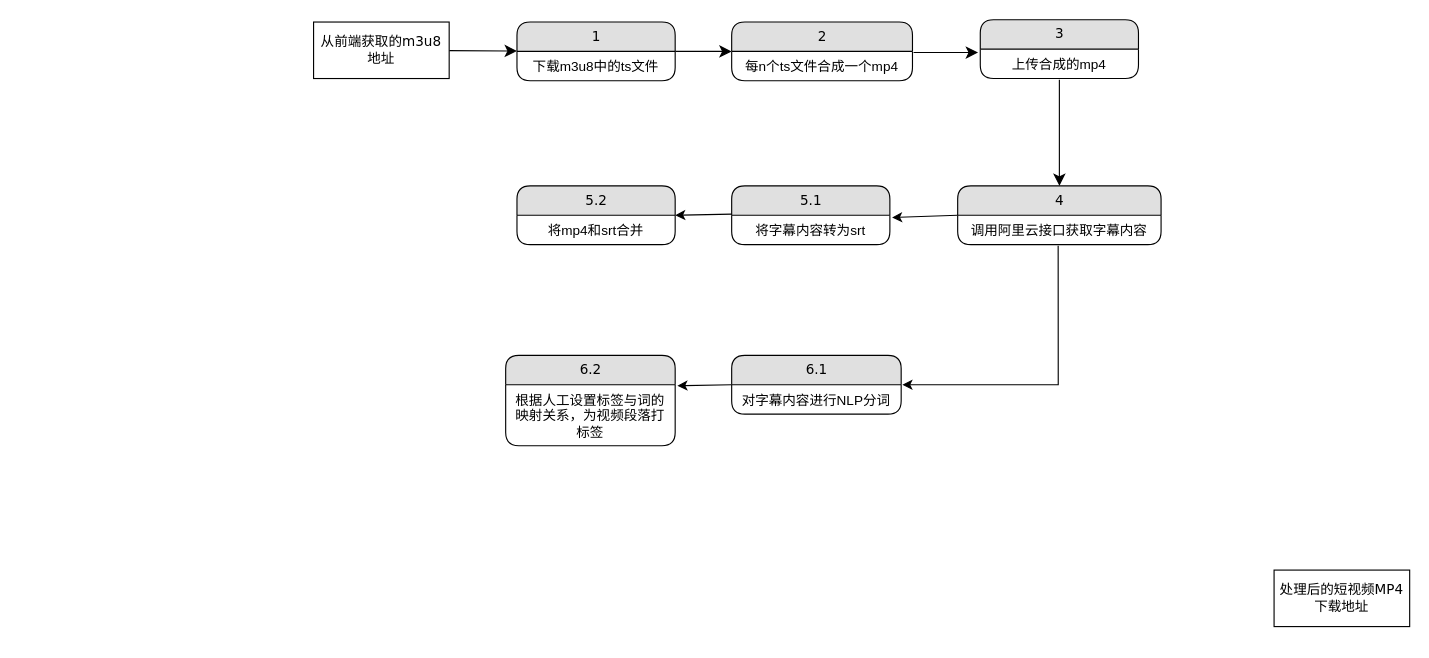
deanzz/blog keeps this draw.io diagram as supersonic.drawio. Above is the earlier version. Source tidied: cells renumbered, new cells numbered last; positions are measured from the earlier drawing's top-left corner, leaving out a move shared by most shapes. Both pictures are drawn from the tidied source at 113%, with x=0, y=0 at pixel (313, 19).
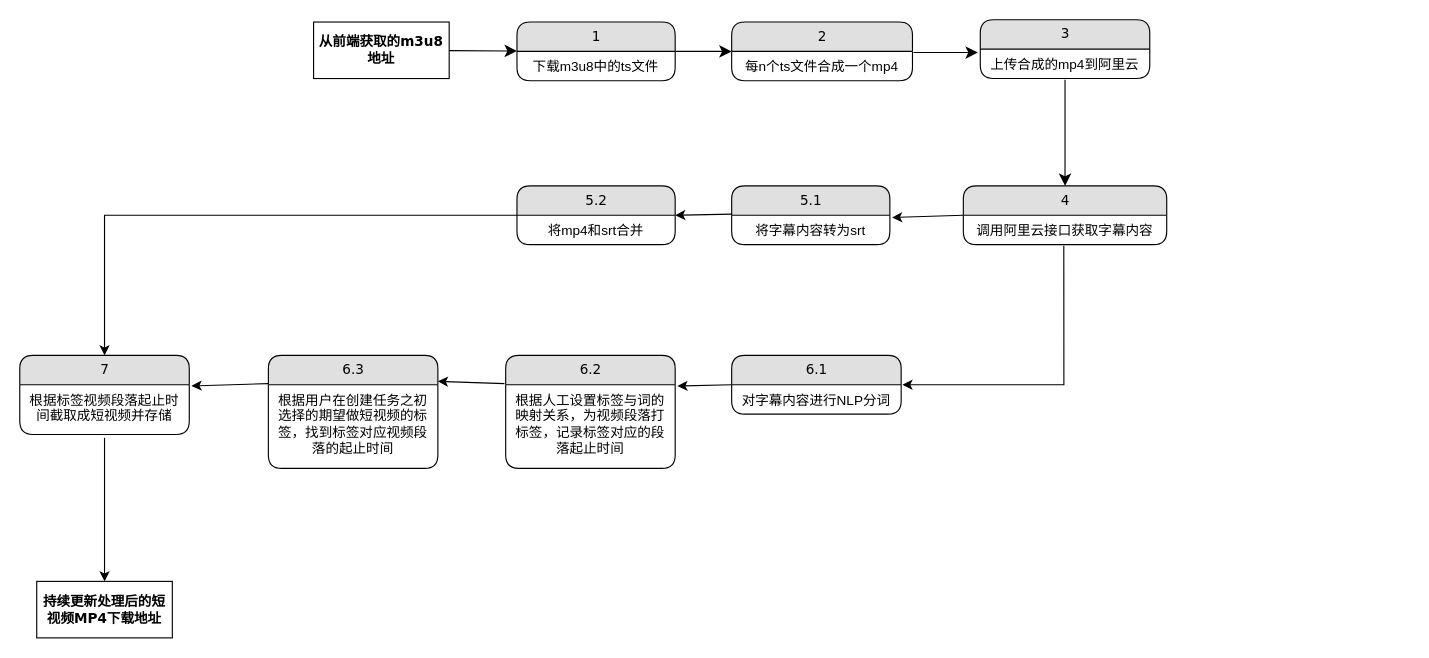
Above is the later version.

The change refers to these unchanged cells:
```xml
<mxCell id="14" value="调用阿里云接口获取字幕内容" style="text;html=1;strokeColor=none;fillColor=none;spacingLeft=4;spacingRight=4;whiteSpace=wrap;overflow=hidden;points=[[0,0.5],[1,0.5]];portConstraint=eastwest;align=center;" parent="13" vertex="1">
  <mxGeometry y="26" width="180" height="26" as="geometry" />
</mxCell>
<mxCell id="19" value="5.2" style="swimlane;html=1;fontStyle=0;horizontal=1;startSize=26;fillColor=#e0e0e0;swimlaneFillColor=#ffffff;align=center;rounded=1;shadow=0;comic=0;labelBackgroundColor=none;strokeWidth=1;fontFamily=Verdana;fontSize=12;" parent="1" vertex="1">
  <mxGeometry x="180" y="147" width="140" height="52" as="geometry" />
</mxCell>
<mxCell id="24" value="对字幕内容进行NLP分词" style="text;html=1;strokeColor=none;fillColor=none;spacingLeft=4;spacingRight=4;whiteSpace=wrap;overflow=hidden;points=[[0,0.5],[1,0.5]];portConstraint=eastwest;align=center;" parent="23" vertex="1">
  <mxGeometry y="26" width="150" height="26" as="geometry" />
</mxCell>
```

The edit, as a diff of the source:
```diff
@@
-    <mxCell id="2" value="处理后的短视频MP4下载地址" style="whiteSpace=wrap;html=1;rounded=0;shadow=0;comic=0;labelBackgroundColor=none;strokeWidth=1;fontFamily=Verdana;fontSize=12;align=center;" parent="1" vertex="1">
-      <mxGeometry x="850" y="487" width="120" height="50" as="geometry" />
+    <mxCell id="2" value="持续更新处理后的短视频MP4下载地址" style="whiteSpace=wrap;html=1;rounded=0;shadow=0;comic=0;labelBackgroundColor=none;strokeWidth=1;fontFamily=Verdana;fontSize=12;align=center;fontStyle=1;" parent="1" vertex="1">
+      <mxGeometry x="-245" y="497" width="120" height="50" as="geometry" />
     </mxCell>
@@
-    <mxCell id="4" value="从前端获取的m3u8地址" style="whiteSpace=wrap;html=1;rounded=0;shadow=0;comic=0;labelBackgroundColor=none;strokeWidth=1;fontFamily=Verdana;fontSize=12;align=center;" parent="1" vertex="1">
+    <mxCell id="4" value="从前端获取的m3u8地址" style="whiteSpace=wrap;html=1;rounded=0;shadow=0;comic=0;labelBackgroundColor=none;strokeWidth=1;fontFamily=Verdana;fontSize=12;align=center;fontStyle=1;" parent="1" vertex="1">
       <mxGeometry y="2" width="120" height="50" as="geometry" />
     </mxCell>
@@
     <mxCell id="11" value="3" style="swimlane;html=1;fontStyle=0;horizontal=1;startSize=26;fillColor=#e0e0e0;swimlaneFillColor=#ffffff;align=center;rounded=1;shadow=0;comic=0;labelBackgroundColor=none;strokeWidth=1;fontFamily=Verdana;fontSize=12;" parent="1" vertex="1">
-      <mxGeometry x="590" width="140" height="52" as="geometry" />
+      <mxGeometry x="590" width="150" height="52" as="geometry" />
     </mxCell>
-    <mxCell id="12" value="上传合成的mp4" style="text;html=1;strokeColor=none;fillColor=none;spacingLeft=4;spacingRight=4;whiteSpace=wrap;overflow=hidden;points=[[0,0.5],[1,0.5]];portConstraint=eastwest;align=center;" parent="11" vertex="1">
-      <mxGeometry y="26" width="140" height="26" as="geometry" />
+    <mxCell id="12" value="上传合成的mp4到阿里云" style="text;html=1;strokeColor=none;fillColor=none;spacingLeft=4;spacingRight=4;whiteSpace=wrap;overflow=hidden;points=[[0,0.5],[1,0.5]];portConstraint=eastwest;align=center;" parent="11" vertex="1">
+      <mxGeometry y="26" width="150" height="26" as="geometry" />
     </mxCell>
     <mxCell id="13" value="4" style="swimlane;html=1;fontStyle=0;horizontal=1;startSize=26;fillColor=#e0e0e0;swimlaneFillColor=#ffffff;align=center;rounded=1;shadow=0;comic=0;labelBackgroundColor=none;strokeWidth=1;fontFamily=Verdana;fontSize=12;" parent="1" vertex="1">
-      <mxGeometry x="570" y="147" width="180" height="52" as="geometry" />
+      <mxGeometry x="575" y="147" width="180" height="52" as="geometry" />
     </mxCell>
@@
     <mxCell id="22" style="endArrow=classic;html=1;rounded=0;exitX=0.494;exitY=1.038;exitDx=0;exitDy=0;exitPerimeter=0;entryX=1.007;entryY=0;entryDx=0;entryDy=0;entryPerimeter=0;" parent="1" edge="1" source="14" target="24">
       <mxGeometry relative="1" as="geometry">
         <Array as="points">
-          <mxPoint x="659" y="323" />
+          <mxPoint x="664" y="323" />
         </Array>
       </mxGeometry>
     </mxCell>
@@
     <mxCell id="25" value="6.2" style="swimlane;html=1;fontStyle=0;horizontal=1;startSize=26;fillColor=#e0e0e0;swimlaneFillColor=#ffffff;align=center;rounded=1;shadow=0;comic=0;labelBackgroundColor=none;strokeWidth=1;fontFamily=Verdana;fontSize=12;" parent="1" vertex="1">
-      <mxGeometry x="170" y="297" width="150" height="80" as="geometry" />
+      <mxGeometry x="170" y="297" width="150" height="100" as="geometry" />
     </mxCell>
-    <mxCell id="26" value="根据人工设置标签与词的映射关系，为视频段落打标签" style="text;html=1;strokeColor=none;fillColor=none;spacingLeft=4;spacingRight=4;whiteSpace=wrap;overflow=hidden;points=[[0,0.5],[1,0.5]];portConstraint=eastwest;align=center;" parent="25" vertex="1">
-      <mxGeometry y="26" width="150" height="54" as="geometry" />
+    <mxCell id="26" value="根据人工设置标签与词的映射关系，为视频段落打标签，记录标签对应的段落起止时间" style="text;html=1;strokeColor=none;fillColor=none;spacingLeft=4;spacingRight=4;whiteSpace=wrap;overflow=hidden;points=[[0,0.5],[1,0.5]];portConstraint=eastwest;align=center;" parent="25" vertex="1">
+      <mxGeometry y="26" width="150" height="74" as="geometry" />
     </mxCell>
@@
+    <mxCell id="28" value="6.3" style="swimlane;html=1;fontStyle=0;horizontal=1;startSize=26;fillColor=#e0e0e0;swimlaneFillColor=#ffffff;align=center;rounded=1;shadow=0;comic=0;labelBackgroundColor=none;strokeWidth=1;fontFamily=Verdana;fontSize=12;" parent="1" vertex="1">
+      <mxGeometry x="-40" y="297" width="150" height="100" as="geometry" />
+    </mxCell>
+    <mxCell id="29" value="根据用户在创建任务之初选择的期望做短视频的标签，找到标签对应视频段落的起止时间" style="text;html=1;strokeColor=none;fillColor=none;spacingLeft=4;spacingRight=4;whiteSpace=wrap;overflow=hidden;points=[[0,0.5],[1,0.5]];portConstraint=eastwest;align=center;" parent="28" vertex="1">
+      <mxGeometry y="26" width="150" height="74" as="geometry" />
+    </mxCell>
+    <mxCell id="30" style="endArrow=classic;html=1;rounded=0;entryX=1;entryY=-0.041;entryDx=0;entryDy=0;entryPerimeter=0;exitX=-0.007;exitY=-0.014;exitDx=0;exitDy=0;exitPerimeter=0;" parent="1" edge="1" source="26" target="29">
+      <mxGeometry relative="1" as="geometry" />
+    </mxCell>
+    <mxCell id="31" value="7" style="swimlane;html=1;fontStyle=0;horizontal=1;startSize=26;fillColor=#e0e0e0;swimlaneFillColor=#ffffff;align=center;rounded=1;shadow=0;comic=0;labelBackgroundColor=none;strokeWidth=1;fontFamily=Verdana;fontSize=12;" parent="1" vertex="1">
+      <mxGeometry x="-260" y="297" width="150" height="70" as="geometry" />
+    </mxCell>
+    <mxCell id="32" value="根据标签视频段落起止时间截取成短视频并存储" style="text;html=1;strokeColor=none;fillColor=none;spacingLeft=4;spacingRight=4;whiteSpace=wrap;overflow=hidden;points=[[0,0.5],[1,0.5]];portConstraint=eastwest;align=center;" parent="31" vertex="1">
+      <mxGeometry y="26" width="150" height="44" as="geometry" />
+    </mxCell>
+    <mxCell id="33" style="endArrow=classic;html=1;rounded=0;exitX=0;exitY=0.5;exitDx=0;exitDy=0;entryX=0.5;entryY=0;entryDx=0;entryDy=0;" parent="1" edge="1" source="19" target="31">
+      <mxGeometry relative="1" as="geometry">
+        <Array as="points">
+          <mxPoint x="-185" y="173" />
+        </Array>
+      </mxGeometry>
+    </mxCell>
+    <mxCell id="34" style="endArrow=classic;html=1;rounded=0;entryX=1.013;entryY=0.023;entryDx=0;entryDy=0;entryPerimeter=0;exitX=0;exitY=0.25;exitDx=0;exitDy=0;" parent="1" edge="1" source="28" target="32">
+      <mxGeometry relative="1" as="geometry" />
+    </mxCell>
+    <mxCell id="35" style="endArrow=classic;html=1;rounded=0;exitX=0.5;exitY=1.068;exitDx=0;exitDy=0;exitPerimeter=0;entryX=0.5;entryY=0;entryDx=0;entryDy=0;" parent="1" edge="1" source="32" target="2">
+      <mxGeometry relative="1" as="geometry" />
+    </mxCell>
```
